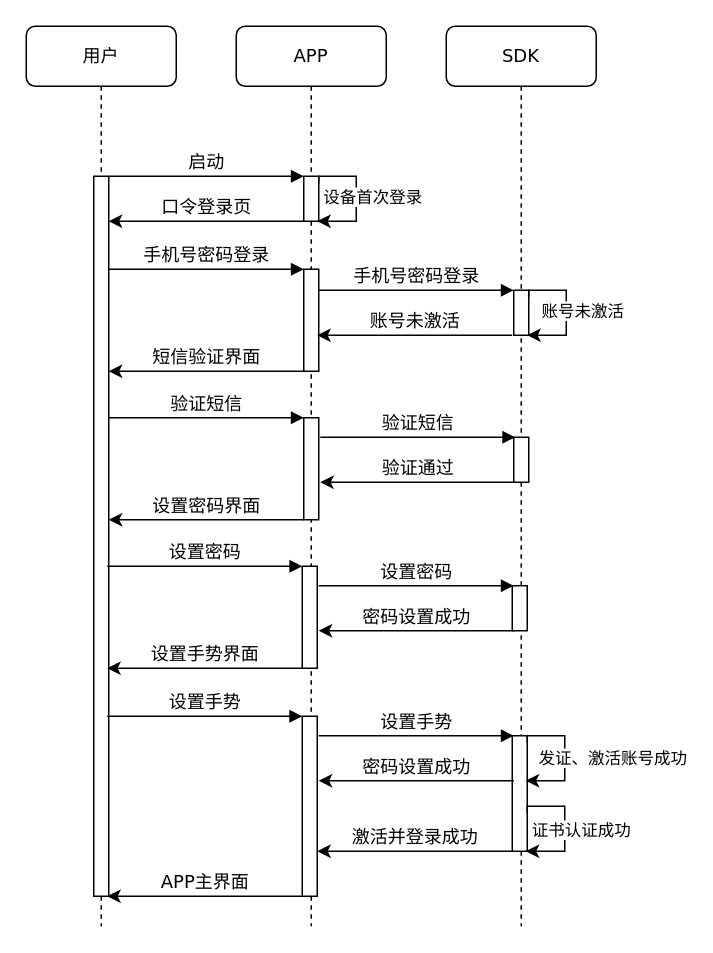
Above: GMIAudio/lib/Untitled Diagram.drawio in mobof/GMIAudio (draw.io), before the change. Source tidied: cells renumbered, new cells numbered last; positions are measured from the earlier drawing's top-left corner, leaving out a move shared by most shapes. Both pictures are drawn from the tidied source at 150%, with x=0, y=0 at pixel (26, 26).
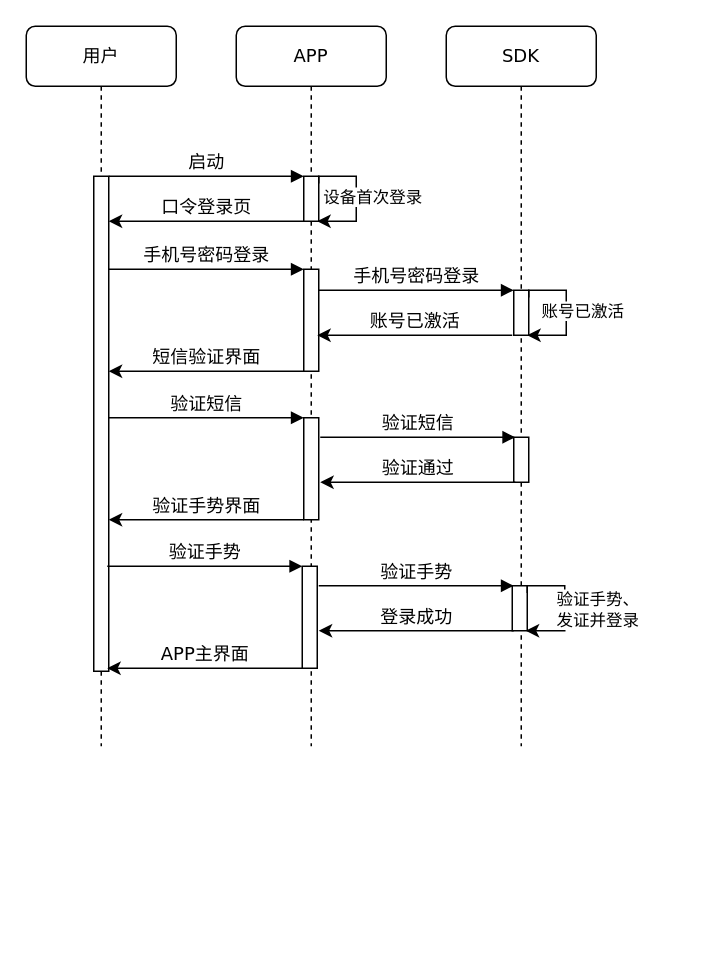
Above is the later version.

Commit message:
金网已激活账号登录流程.drawio

The change refers to these unchanged cells:
```xml
<mxCell id="17" style="edgeStyle=orthogonalEdgeStyle;rounded=0;orthogonalLoop=1;jettySize=auto;html=1;entryX=0.9;entryY=0.609;entryDx=0;entryDy=0;entryPerimeter=0;" parent="1" edge="1">
  <mxGeometry relative="1" as="geometry">
    <mxPoint x="335" y="180.9" as="sourcePoint" />
    <mxPoint x="334" y="206" as="targetPoint" />
    <Array as="points">
      <mxPoint x="335" y="176" />
      <mxPoint x="360" y="176" />
      <mxPoint x="360" y="206" />
    </Array>
  </mxGeometry>
</mxCell>
```

What changed in the source:
```diff
@@
     <mxCell id="2" value="APP" style="shape=umlLifeline;perimeter=lifelinePerimeter;whiteSpace=wrap;html=1;rounded=1;shadow=0;comic=0;labelBackgroundColor=none;strokeWidth=1;fontFamily=Verdana;fontSize=12;align=center;" parent="1" vertex="1">
-      <mxGeometry x="140" width="100" height="600" as="geometry" />
+      <mxGeometry x="140" width="100" height="480" as="geometry" />
     </mxCell>
@@
     <mxCell id="8" value="SDK" style="shape=umlLifeline;perimeter=lifelinePerimeter;whiteSpace=wrap;html=1;rounded=1;shadow=0;comic=0;labelBackgroundColor=none;strokeWidth=1;fontFamily=Verdana;fontSize=12;align=center;" parent="1" vertex="1">
-      <mxGeometry x="280" width="100" height="600" as="geometry" />
+      <mxGeometry x="280" width="100" height="480" as="geometry" />
     </mxCell>
@@
     <mxCell id="11" value="用户" style="shape=umlLifeline;perimeter=lifelinePerimeter;whiteSpace=wrap;html=1;rounded=1;shadow=0;comic=0;labelBackgroundColor=none;strokeWidth=1;fontFamily=Verdana;fontSize=12;align=center;" parent="1" vertex="1">
-      <mxGeometry width="100" height="600" as="geometry" />
+      <mxGeometry width="100" height="480" as="geometry" />
     </mxCell>
     <mxCell id="12" style="html=1;points=[];perimeter=orthogonalPerimeter;rounded=0;shadow=0;comic=0;labelBackgroundColor=none;strokeWidth=1;fontFamily=Verdana;fontSize=12;align=center;" parent="11" vertex="1">
-      <mxGeometry x="45" y="100" width="10" height="480" as="geometry" />
+      <mxGeometry x="45" y="100" width="10" height="330" as="geometry" />
     </mxCell>
@@
-    <mxCell id="18" value="账号未激活" style="edgeLabel;html=1;align=center;verticalAlign=middle;" parent="17" vertex="1">
+    <mxCell id="18" value="账号已激活" style="edgeLabel;html=1;align=center;verticalAlign=middle;" parent="17" vertex="1">
       <mxGeometry y="-1" relative="1" as="geometry">
         <mxPoint x="11" as="offset" />
       </mxGeometry>
     </mxCell>
-    <mxCell id="19" value="账号未激活" style="html=1;verticalAlign=bottom;endArrow=none;entryX=0;entryY=0;labelBackgroundColor=none;fontFamily=Verdana;fontSize=12;edgeStyle=elbowEdgeStyle;elbow=vertical;startArrow=classic;startFill=1;endFill=0;" parent="1" edge="1">
+    <mxCell id="19" value="账号已激活" style="html=1;verticalAlign=bottom;endArrow=none;entryX=0;entryY=0;labelBackgroundColor=none;fontFamily=Verdana;fontSize=12;edgeStyle=elbowEdgeStyle;elbow=vertical;startArrow=classic;startFill=1;endFill=0;" parent="1" edge="1">
       <mxGeometry relative="1" as="geometry">
         <mxPoint x="194" y="206" as="sourcePoint" />
         <mxPoint x="324" y="206" as="targetPoint" />
       </mxGeometry>
     </mxCell>
@@
-    <mxCell id="24" value="设置密码界面" style="html=1;verticalAlign=bottom;endArrow=none;entryX=0;entryY=0;labelBackgroundColor=none;fontFamily=Verdana;fontSize=12;edgeStyle=elbowEdgeStyle;elbow=vertical;startArrow=classic;startFill=1;endFill=0;" parent="1" edge="1">
+    <mxCell id="24" value="验证手势界面" style="html=1;verticalAlign=bottom;endArrow=none;entryX=0;entryY=0;labelBackgroundColor=none;fontFamily=Verdana;fontSize=12;edgeStyle=elbowEdgeStyle;elbow=horizontal;startArrow=classic;startFill=1;endFill=0;" parent="1" edge="1">
       <mxGeometry relative="1" as="geometry">
         <mxPoint x="55" y="329" as="sourcePoint" />
         <mxPoint x="185" y="329" as="targetPoint" />
       </mxGeometry>
     </mxCell>
@@
-    <mxCell id="27" value="设置密码" style="html=1;verticalAlign=bottom;endArrow=block;entryX=0;entryY=0;labelBackgroundColor=none;fontFamily=Verdana;fontSize=12;edgeStyle=elbowEdgeStyle;elbow=vertical;" parent="1" edge="1">
+    <mxCell id="27" value="验证手势" style="html=1;verticalAlign=bottom;endArrow=block;entryX=0;entryY=0;labelBackgroundColor=none;fontFamily=Verdana;fontSize=12;edgeStyle=elbowEdgeStyle;elbow=vertical;" parent="1" edge="1">
       <mxGeometry relative="1" as="geometry">
         <mxPoint x="54" y="360" as="sourcePoint" />
         <mxPoint x="184" y="360" as="targetPoint" />
       </mxGeometry>
     </mxCell>
-    <mxCell id="28" value="设置密码" style="html=1;verticalAlign=bottom;endArrow=block;entryX=0;entryY=0;labelBackgroundColor=none;fontFamily=Verdana;fontSize=12;edgeStyle=elbowEdgeStyle;elbow=horizontal;" parent="1" edge="1">
+    <mxCell id="28" value="验证手势" style="html=1;verticalAlign=bottom;endArrow=block;entryX=0;entryY=0;labelBackgroundColor=none;fontFamily=Verdana;fontSize=12;edgeStyle=elbowEdgeStyle;elbow=horizontal;" parent="1" edge="1">
       <mxGeometry relative="1" as="geometry">
         <mxPoint x="195" y="373" as="sourcePoint" />
         <mxPoint x="325" y="373" as="targetPoint" />
       </mxGeometry>
     </mxCell>
-    <mxCell id="29" value="密码设置成功" style="html=1;verticalAlign=bottom;endArrow=none;entryX=0;entryY=0;labelBackgroundColor=none;fontFamily=Verdana;fontSize=12;edgeStyle=elbowEdgeStyle;elbow=vertical;startArrow=classic;startFill=1;endFill=0;" parent="1" edge="1">
+    <mxCell id="29" value="登录成功" style="html=1;verticalAlign=bottom;endArrow=none;entryX=0;entryY=0;labelBackgroundColor=none;fontFamily=Verdana;fontSize=12;edgeStyle=elbowEdgeStyle;elbow=vertical;startArrow=classic;startFill=1;endFill=0;" parent="1" edge="1">
       <mxGeometry relative="1" as="geometry">
         <mxPoint x="195" y="403" as="sourcePoint" />
         <mxPoint x="325" y="403" as="targetPoint" />
       </mxGeometry>
     </mxCell>
-    <mxCell id="30" value="设置手势界面" style="html=1;verticalAlign=bottom;endArrow=none;entryX=0;entryY=0;labelBackgroundColor=none;fontFamily=Verdana;fontSize=12;edgeStyle=elbowEdgeStyle;elbow=vertical;startArrow=classic;startFill=1;endFill=0;" parent="1" edge="1">
-      <mxGeometry relative="1" as="geometry">
-        <mxPoint x="54" y="428" as="sourcePoint" />
-        <mxPoint x="184" y="428" as="targetPoint" />
-      </mxGeometry>
-    </mxCell>
-    <mxCell id="31" style="html=1;perimeter=orthogonalPerimeter;rounded=0;shadow=0;comic=0;labelBackgroundColor=none;strokeWidth=1;fontFamily=Verdana;fontSize=12;align=center;" parent="1" vertex="1">
-      <mxGeometry x="184" y="460" width="10" height="120" as="geometry" />
-    </mxCell>
-    <mxCell id="32" style="html=1;perimeter=orthogonalPerimeter;rounded=0;shadow=0;comic=0;labelBackgroundColor=none;strokeWidth=1;fontFamily=Verdana;fontSize=12;align=center;" parent="1" vertex="1">
-      <mxGeometry x="324" y="473" width="10" height="77" as="geometry" />
-    </mxCell>
-    <mxCell id="33" value="设置手势" style="html=1;verticalAlign=bottom;endArrow=block;entryX=0;entryY=0;labelBackgroundColor=none;fontFamily=Verdana;fontSize=12;edgeStyle=elbowEdgeStyle;elbow=vertical;" parent="1" edge="1">
-      <mxGeometry relative="1" as="geometry">
-        <mxPoint x="54" y="460" as="sourcePoint" />
-        <mxPoint x="184" y="460" as="targetPoint" />
-      </mxGeometry>
-    </mxCell>
-    <mxCell id="34" value="设置手势" style="html=1;verticalAlign=bottom;endArrow=block;entryX=0;entryY=0;labelBackgroundColor=none;fontFamily=Verdana;fontSize=12;edgeStyle=elbowEdgeStyle;elbow=horizontal;" parent="1" edge="1">
-      <mxGeometry relative="1" as="geometry">
-        <mxPoint x="195" y="473" as="sourcePoint" />
-        <mxPoint x="325" y="473" as="targetPoint" />
-      </mxGeometry>
-    </mxCell>
-    <mxCell id="35" value="密码设置成功" style="html=1;verticalAlign=bottom;endArrow=none;entryX=0;entryY=0;labelBackgroundColor=none;fontFamily=Verdana;fontSize=12;edgeStyle=elbowEdgeStyle;elbow=vertical;startArrow=classic;startFill=1;endFill=0;" parent="1" edge="1">
-      <mxGeometry relative="1" as="geometry">
-        <mxPoint x="195" y="503" as="sourcePoint" />
-        <mxPoint x="325" y="503" as="targetPoint" />
-      </mxGeometry>
-    </mxCell>
     <mxCell id="36" value="APP主界面" style="html=1;verticalAlign=bottom;endArrow=none;entryX=0;entryY=0;labelBackgroundColor=none;fontFamily=Verdana;fontSize=12;edgeStyle=elbowEdgeStyle;elbow=vertical;startArrow=classic;startFill=1;endFill=0;" parent="1" edge="1">
       <mxGeometry relative="1" as="geometry">
-        <mxPoint x="54" y="580" as="sourcePoint" />
-        <mxPoint x="184" y="580" as="targetPoint" />
+        <mxPoint x="54" y="428" as="sourcePoint" />
+        <mxPoint x="184" y="428" as="targetPoint" />
       </mxGeometry>
     </mxCell>
-    <mxCell id="37" style="edgeStyle=orthogonalEdgeStyle;rounded=0;orthogonalLoop=1;jettySize=auto;html=1;entryX=0.9;entryY=0.609;entryDx=0;entryDy=0;entryPerimeter=0;" parent="1" edge="1">
-      <mxGeometry relative="1" as="geometry">
-        <mxPoint x="334" y="477.9" as="sourcePoint" />
-        <mxPoint x="333" y="503" as="targetPoint" />
-        <Array as="points">
-          <mxPoint x="334" y="473" />
-          <mxPoint x="359" y="473" />
-          <mxPoint x="359" y="503" />
-        </Array>
-      </mxGeometry>
-    </mxCell>
-    <mxCell id="38" value="发证、激活账号成功" style="edgeLabel;html=1;align=center;verticalAlign=middle;" parent="37" vertex="1">
-      <mxGeometry y="-1" relative="1" as="geometry">
-        <mxPoint x="32" y="1" as="offset" />
-      </mxGeometry>
-    </mxCell>
-    <mxCell id="39" style="edgeStyle=orthogonalEdgeStyle;rounded=0;orthogonalLoop=1;jettySize=auto;html=1;entryX=0.9;entryY=0.609;entryDx=0;entryDy=0;entryPerimeter=0;" parent="1" edge="1">
-      <mxGeometry relative="1" as="geometry">
-        <mxPoint x="334" y="524.9" as="sourcePoint" />
-        <mxPoint x="333" y="550" as="targetPoint" />
-        <Array as="points">
-          <mxPoint x="334" y="520" />
-          <mxPoint x="359" y="520" />
-          <mxPoint x="359" y="550" />
-        </Array>
-      </mxGeometry>
-    </mxCell>
-    <mxCell id="40" value="证书认证成功" style="edgeLabel;html=1;align=center;verticalAlign=middle;" parent="39" vertex="1">
-      <mxGeometry y="-1" relative="1" as="geometry">
-        <mxPoint x="11" y="2" as="offset" />
-      </mxGeometry>
-    </mxCell>
-    <mxCell id="41" value="激活并登录成功" style="html=1;verticalAlign=bottom;endArrow=none;entryX=0;entryY=0;labelBackgroundColor=none;fontFamily=Verdana;fontSize=12;edgeStyle=elbowEdgeStyle;elbow=vertical;startArrow=classic;startFill=1;endFill=0;" parent="1" edge="1">
-      <mxGeometry relative="1" as="geometry">
-        <mxPoint x="194" y="550" as="sourcePoint" />
-        <mxPoint x="324" y="550" as="targetPoint" />
-      </mxGeometry>
-    </mxCell>
+    <mxCell id="42" style="edgeStyle=orthogonalEdgeStyle;rounded=0;orthogonalLoop=1;jettySize=auto;html=1;entryX=0.9;entryY=0.609;entryDx=0;entryDy=0;entryPerimeter=0;" parent="1" edge="1">
+      <mxGeometry relative="1" as="geometry">
+        <mxPoint x="334" y="377.9" as="sourcePoint" />
+        <mxPoint x="333" y="403" as="targetPoint" />
+        <Array as="points">
+          <mxPoint x="334" y="373" />
+          <mxPoint x="359" y="373" />
+          <mxPoint x="359" y="403" />
+        </Array>
+      </mxGeometry>
+    </mxCell>
+    <mxCell id="43" value="验证手势、&lt;br&gt;发证并登录" style="edgeLabel;html=1;align=center;verticalAlign=middle;" parent="42" vertex="1">
+      <mxGeometry y="-1" relative="1" as="geometry">
+        <mxPoint x="22" y="1.9" as="offset" />
+      </mxGeometry>
+    </mxCell>
```
